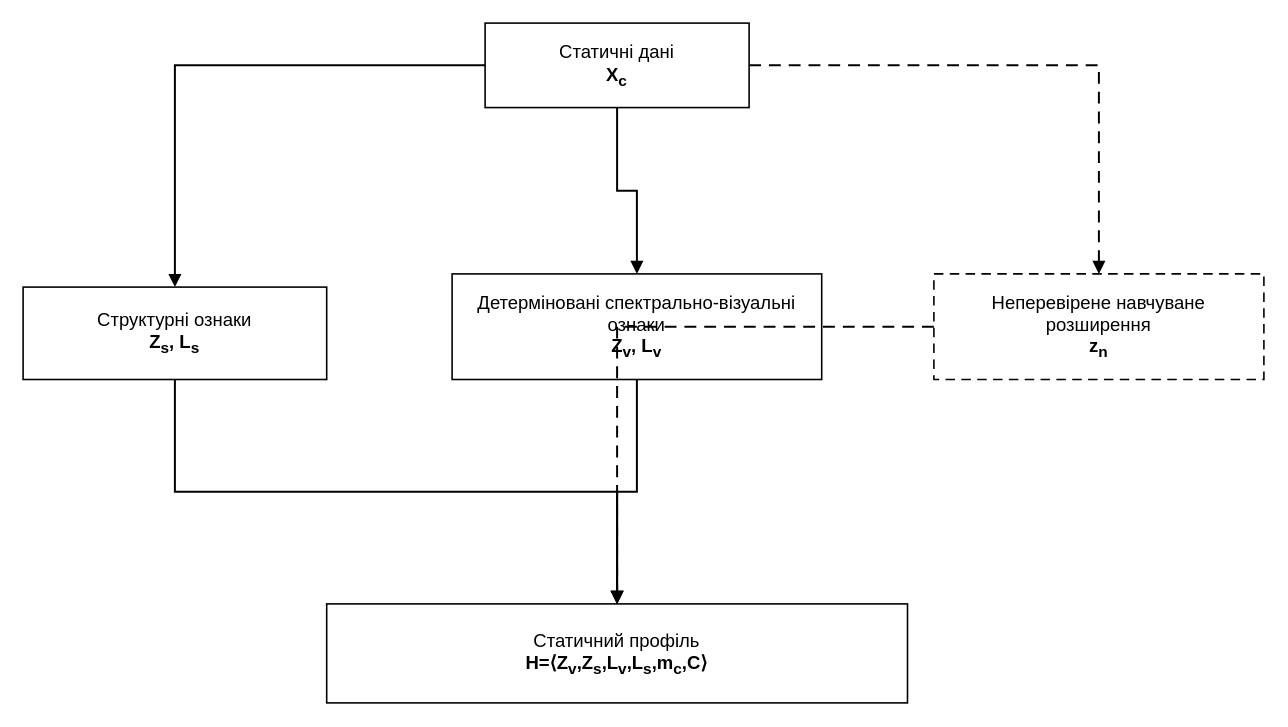
The draw.io diagram title/figures_drawio/fig_3_2_spectral_visual_structural_method.drawio in oleksandrmelnychenko/dima-phd, before the edit. Source tidied: cells renumbered, new cells numbered last; positions are measured from the earlier drawing's top-left corner, leaving out a move shared by most shapes. Both pictures are drawn from the tidied source at 132%, with x=0, y=0 at pixel (22, 22).
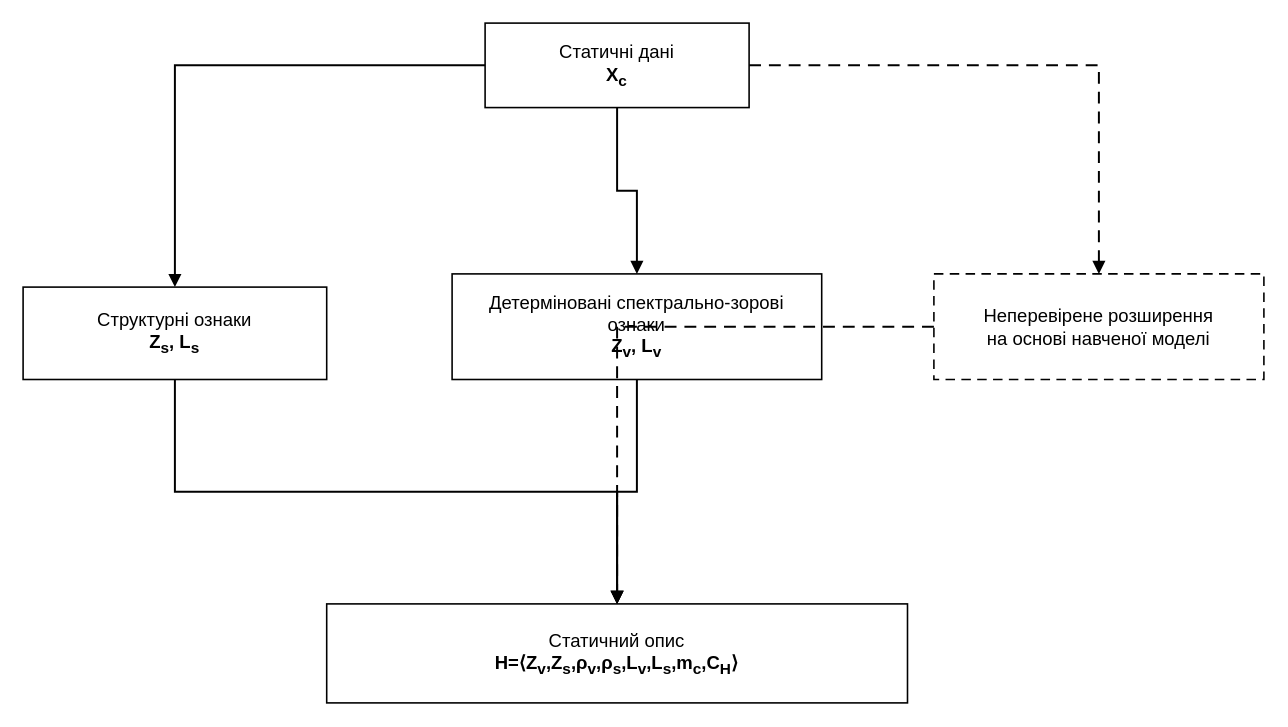
The same page after the edit.

Change to the diagram source:
```diff
@@
 <mxGraphModel>
   <root>
     <mxCell id="0" />
     <mxCell id="1" parent="0" />
     <mxCell id="2" value="Статичні дані&lt;br&gt;&lt;b&gt;X&lt;sub&gt;c&lt;/sub&gt;&lt;/b&gt;" style="rounded=0;whiteSpace=wrap;html=1;fillColor=#ffffff;strokeColor=#000000;strokeWidth=1.2;fontColor=#000000;fontSize=14;align=center;verticalAlign=middle;spacing=8;" parent="1" vertex="1">
       <mxGeometry x="350" width="200" height="64" as="geometry" />
     </mxCell>
     <mxCell id="3" value="Структурні ознаки&lt;br&gt;&lt;b&gt;Z&lt;sub&gt;s&lt;/sub&gt;, L&lt;sub&gt;s&lt;/sub&gt;&lt;/b&gt;" style="rounded=0;whiteSpace=wrap;html=1;fillColor=#ffffff;strokeColor=#000000;strokeWidth=1.2;fontColor=#000000;fontSize=14;align=center;verticalAlign=middle;spacing=8;" parent="1" vertex="1">
       <mxGeometry y="200" width="230" height="70" as="geometry" />
     </mxCell>
-    <mxCell id="4" value="Детерміновані спектрально-візуальні ознаки&lt;br&gt;&lt;b&gt;Z&lt;sub&gt;v&lt;/sub&gt;, L&lt;sub&gt;v&lt;/sub&gt;&lt;/b&gt;" style="rounded=0;whiteSpace=wrap;html=1;fillColor=#ffffff;strokeColor=#000000;strokeWidth=1.2;fontColor=#000000;fontSize=14;align=center;verticalAlign=middle;spacing=8;" parent="1" vertex="1">
+    <mxCell id="4" value="Детерміновані спектрально-зорові ознаки&lt;br&gt;&lt;b&gt;Z&lt;sub&gt;v&lt;/sub&gt;, L&lt;sub&gt;v&lt;/sub&gt;&lt;/b&gt;" style="rounded=0;whiteSpace=wrap;html=1;fillColor=#ffffff;strokeColor=#000000;strokeWidth=1.2;fontColor=#000000;fontSize=14;align=center;verticalAlign=middle;spacing=8;" parent="1" vertex="1">
       <mxGeometry x="325" y="190" width="280" height="80" as="geometry" />
     </mxCell>
-    <mxCell id="5" value="Неперевірене навчуване розширення&lt;br&gt;&lt;b&gt;z&lt;sub&gt;n&lt;/sub&gt;&lt;/b&gt;" style="rounded=0;whiteSpace=wrap;html=1;fillColor=#ffffff;strokeColor=#000000;strokeWidth=1.2;fontColor=#000000;fontSize=14;align=center;verticalAlign=middle;spacing=8;dashed=1;dashPattern=6 4;" parent="1" vertex="1">
+    <mxCell id="5" value="Неперевірене розширення&lt;br&gt;на основі навченої моделі" style="rounded=0;whiteSpace=wrap;html=1;fillColor=#ffffff;strokeColor=#000000;strokeWidth=1.2;fontColor=#000000;fontSize=14;align=center;verticalAlign=middle;spacing=8;dashed=1;dashPattern=6 4;" parent="1" vertex="1">
       <mxGeometry x="690" y="190" width="250" height="80" as="geometry" />
     </mxCell>
-    <mxCell id="6" value="Статичний профіль&lt;br&gt;&lt;b&gt;H=⟨Z&lt;sub&gt;v&lt;/sub&gt;,Z&lt;sub&gt;s&lt;/sub&gt;,L&lt;sub&gt;v&lt;/sub&gt;,L&lt;sub&gt;s&lt;/sub&gt;,m&lt;sub&gt;c&lt;/sub&gt;,C⟩&lt;/b&gt;" style="rounded=0;whiteSpace=wrap;html=1;fillColor=#ffffff;strokeColor=#000000;strokeWidth=1.2;fontColor=#000000;fontSize=14;align=center;verticalAlign=middle;spacing=8;" parent="1" vertex="1">
+    <mxCell id="6" value="Статичний опис&lt;br&gt;&lt;b&gt;H=⟨Z&lt;sub&gt;v&lt;/sub&gt;,Z&lt;sub&gt;s&lt;/sub&gt;,ρ&lt;sub&gt;v&lt;/sub&gt;,ρ&lt;sub&gt;s&lt;/sub&gt;,L&lt;sub&gt;v&lt;/sub&gt;,L&lt;sub&gt;s&lt;/sub&gt;,m&lt;sub&gt;c&lt;/sub&gt;,C&lt;sub&gt;H&lt;/sub&gt;⟩&lt;/b&gt;" style="rounded=0;whiteSpace=wrap;html=1;fillColor=#ffffff;strokeColor=#000000;strokeWidth=1.2;fontColor=#000000;fontSize=14;align=center;verticalAlign=middle;spacing=8;" parent="1" vertex="1">
       <mxGeometry x="230" y="440" width="440" height="75" as="geometry" />
     </mxCell>
     <mxCell id="7" style="edgeStyle=orthogonalEdgeStyle;rounded=0;jettySize=auto;html=1;endArrow=block;endFill=1;strokeColor=#000000;strokeWidth=1.5;" parent="1" edge="1" source="2" target="3">
       <mxGeometry relative="1" as="geometry" />
     </mxCell>
     <mxCell id="8" style="edgeStyle=orthogonalEdgeStyle;rounded=0;jettySize=auto;html=1;endArrow=block;endFill=1;strokeColor=#000000;strokeWidth=1.5;" parent="1" edge="1" source="2" target="4">
       <mxGeometry relative="1" as="geometry" />
     </mxCell>
     <mxCell id="9" style="edgeStyle=orthogonalEdgeStyle;rounded=0;jettySize=auto;html=1;endArrow=block;endFill=1;strokeColor=#000000;strokeWidth=1.5;dashed=1;dashPattern=6 4;" parent="1" edge="1" source="2" target="5">
       <mxGeometry relative="1" as="geometry" />
     </mxCell>
     <mxCell id="10" style="edgeStyle=orthogonalEdgeStyle;rounded=0;jettySize=auto;html=1;endArrow=block;endFill=1;strokeColor=#000000;strokeWidth=1.5;" parent="1" edge="1" source="3" target="6">
       <mxGeometry relative="1" as="geometry" />
     </mxCell>
     <mxCell id="11" style="edgeStyle=orthogonalEdgeStyle;rounded=0;jettySize=auto;html=1;endArrow=block;endFill=1;strokeColor=#000000;strokeWidth=1.5;" parent="1" edge="1" source="4" target="6">
       <mxGeometry relative="1" as="geometry" />
     </mxCell>
     <mxCell id="12" style="edgeStyle=orthogonalEdgeStyle;rounded=0;jettySize=auto;html=1;endArrow=block;endFill=1;strokeColor=#000000;strokeWidth=1.5;dashed=1;dashPattern=6 4;" parent="1" edge="1" source="5" target="6">
       <mxGeometry relative="1" as="geometry" />
     </mxCell>
   </root>
 </mxGraphModel>
```
